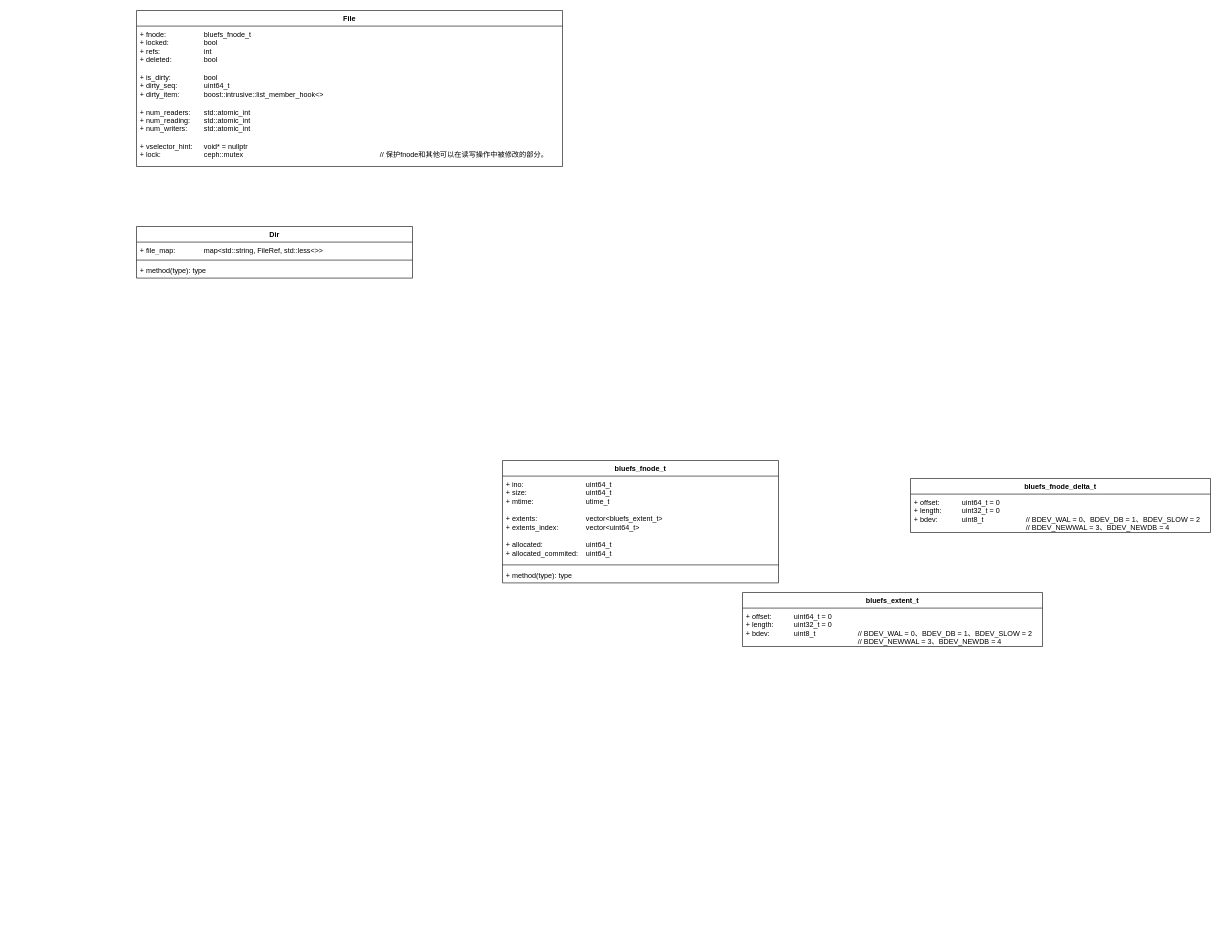
Before: BlueFS.drawio in 1253757553/drawIO, a draw.io diagram. Source tidied: cells renumbered, new cells numbered last; positions are measured from the earlier drawing's top-left corner, leaving out a move shared by most shapes. Both pictures are drawn from the tidied source at 60%, with x=0, y=0 at pixel (136, 10).
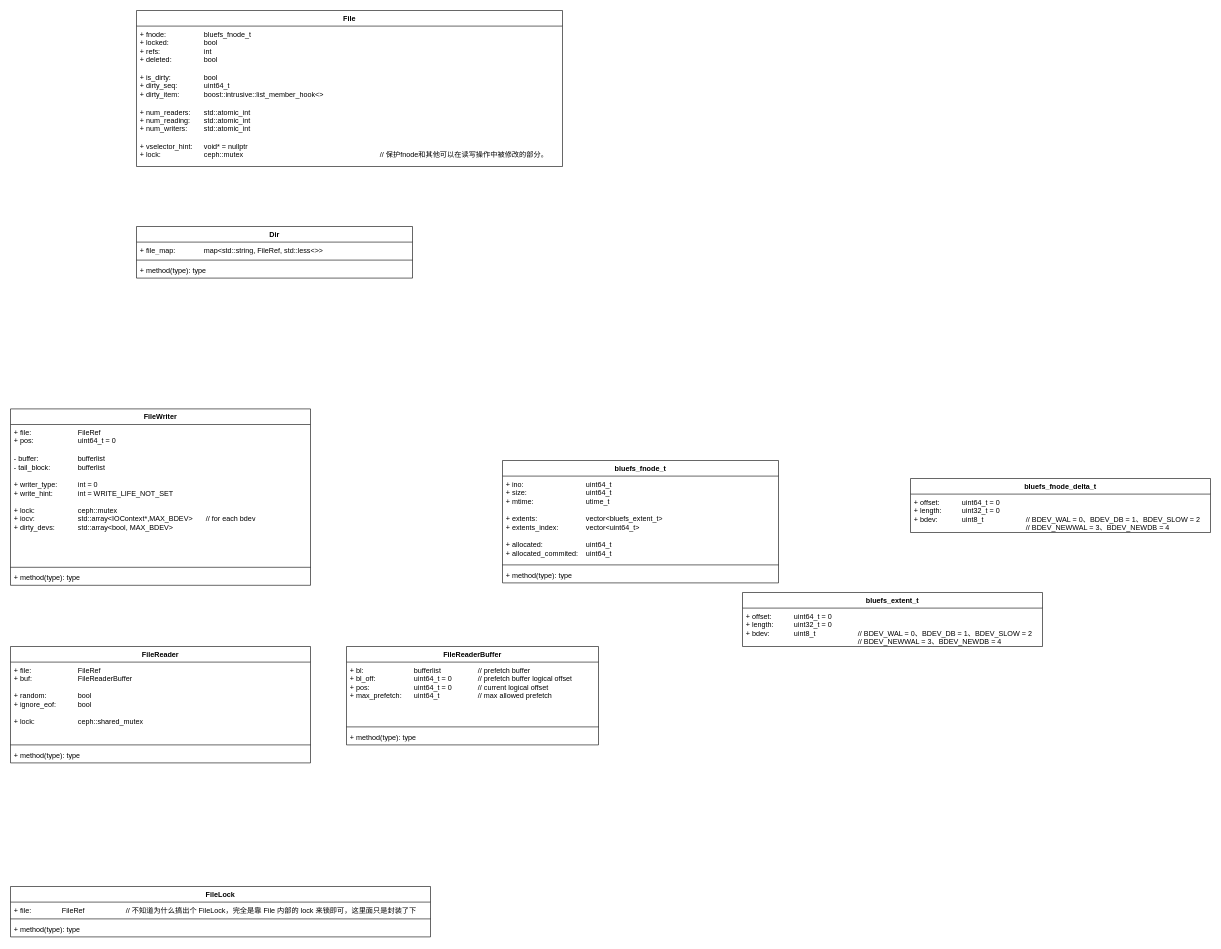
Above is the later version.

Change to the diagram source:
```diff
@@
+    <mxCell id="16" value="FileWriter" style="swimlane;fontStyle=1;align=center;verticalAlign=top;horizontal=1;startSize=26;whiteSpace=wrap;html=1;" parent="1" vertex="1">
+      <mxGeometry x="-210" y="664" width="500" height="294" as="geometry" />
+    </mxCell>
+    <mxCell id="17" value="+ file:&amp;nbsp;&lt;span style=&quot;white-space: pre;&quot;&gt;&#9;&lt;/span&gt;&lt;span style=&quot;white-space: pre;&quot;&gt;&#9;&lt;/span&gt;&lt;span style=&quot;white-space: pre;&quot;&gt;&#9;&lt;/span&gt;FileRef&lt;div&gt;+&amp;nbsp;pos:&lt;span style=&quot;white-space: pre;&quot;&gt;&#9;&lt;/span&gt;&lt;span style=&quot;white-space: pre;&quot;&gt;&#9;&lt;/span&gt;&lt;span style=&quot;white-space: pre;&quot;&gt;&#9;&lt;/span&gt;&lt;span style=&quot;background-color: initial;&quot;&gt;uint64_t = 0&lt;/span&gt;&lt;/div&gt;&lt;div&gt;&lt;span style=&quot;background-color: initial;&quot;&gt;&lt;br&gt;&lt;/span&gt;&lt;/div&gt;&lt;div&gt;&lt;span style=&quot;background-color: initial;&quot;&gt;-&amp;nbsp;&lt;/span&gt;&lt;span style=&quot;background-color: initial;&quot;&gt;buffer:&lt;span style=&quot;white-space: pre;&quot;&gt;&#9;&lt;/span&gt;&lt;span style=&quot;white-space: pre;&quot;&gt;&#9;&lt;/span&gt;&lt;span style=&quot;white-space: pre;&quot;&gt;&#9;&lt;/span&gt;bufferlist&lt;/span&gt;&lt;/div&gt;&lt;div&gt;-&amp;nbsp;tail_block:&lt;span style=&quot;white-space: pre;&quot;&gt;&#9;&lt;/span&gt;&lt;span style=&quot;white-space: pre;&quot;&gt;&#9;&lt;/span&gt;bufferlist&lt;/div&gt;&lt;div&gt;&lt;br&gt;&lt;/div&gt;&lt;div&gt;+&amp;nbsp;writer_type:&lt;span style=&quot;white-space: pre;&quot;&gt;&#9;&lt;/span&gt;&lt;span style=&quot;white-space: pre;&quot;&gt;&#9;&lt;/span&gt;int = 0&lt;/div&gt;&lt;div&gt;+&amp;nbsp;write_hint:&lt;span style=&quot;white-space: pre;&quot;&gt;&#9;&lt;/span&gt;&lt;span style=&quot;white-space: pre;&quot;&gt;&#9;&lt;/span&gt;int =&amp;nbsp;WRITE_LIFE_NOT_SET&lt;/div&gt;&lt;div&gt;&lt;br&gt;&lt;/div&gt;&lt;div&gt;+&amp;nbsp;lock:&lt;span style=&quot;white-space: pre;&quot;&gt;&#9;&lt;/span&gt;&lt;span style=&quot;white-space: pre;&quot;&gt;&#9;&lt;/span&gt;&lt;span style=&quot;white-space: pre;&quot;&gt;&#9;&lt;/span&gt;ceph::mutex&lt;/div&gt;&lt;div&gt;+&amp;nbsp;iocv:&lt;span style=&quot;white-space: pre;&quot;&gt;&#9;&lt;/span&gt;&lt;span style=&quot;white-space: pre;&quot;&gt;&#9;&lt;/span&gt;&lt;span style=&quot;white-space: pre;&quot;&gt;&#9;&lt;/span&gt;&lt;span style=&quot;background-color: initial;&quot;&gt;std::array&amp;lt;IOContext*,MAX_BDEV&amp;gt;&lt;span style=&quot;white-space: pre;&quot;&gt;&#9;&lt;/span&gt;//&amp;nbsp;&lt;/span&gt;&lt;span style=&quot;background-color: initial;&quot;&gt;for each bdev&lt;/span&gt;&lt;/div&gt;&lt;div&gt;&lt;span style=&quot;background-color: initial;&quot;&gt;+&amp;nbsp;&lt;/span&gt;&lt;span style=&quot;background-color: initial;&quot;&gt;dirty_devs:&lt;span style=&quot;white-space: pre;&quot;&gt;&#9;&lt;/span&gt;&lt;span style=&quot;white-space: pre;&quot;&gt;&#9;&lt;/span&gt;&lt;/span&gt;&lt;span style=&quot;background-color: initial;&quot;&gt;std::array&amp;lt;bool, MAX_BDEV&amp;gt;&lt;/span&gt;&lt;/div&gt;" style="text;strokeColor=none;fillColor=none;align=left;verticalAlign=top;spacingLeft=4;spacingRight=4;overflow=hidden;whiteSpace=wrap;html=1;" parent="16" vertex="1">
+      <mxGeometry y="26" width="500" height="234" as="geometry" />
+    </mxCell>
+    <mxCell id="18" style="line;strokeWidth=1;fillColor=none;align=left;verticalAlign=middle;spacingTop=-1;spacingLeft=3;spacingRight=3;labelPosition=right;strokeColor=inherit;" parent="16" vertex="1">
+      <mxGeometry y="260" width="500" height="8" as="geometry" />
+    </mxCell>
+    <mxCell id="19" value="+ method(type): type" style="text;strokeColor=none;fillColor=none;align=left;verticalAlign=top;spacingLeft=4;spacingRight=4;overflow=hidden;whiteSpace=wrap;html=1;" parent="16" vertex="1">
+      <mxGeometry y="268" width="500" height="26" as="geometry" />
+    </mxCell>
+    <mxCell id="20" value="FileReader" style="swimlane;fontStyle=1;align=center;verticalAlign=top;horizontal=1;startSize=26;whiteSpace=wrap;html=1;" parent="1" vertex="1">
+      <mxGeometry x="-210" y="1060" width="500" height="194" as="geometry" />
+    </mxCell>
+    <mxCell id="21" value="+ file:&amp;nbsp;&lt;span style=&quot;white-space: pre;&quot;&gt;&#9;&lt;/span&gt;&lt;span style=&quot;white-space: pre;&quot;&gt;&#9;&lt;/span&gt;&lt;span style=&quot;white-space: pre;&quot;&gt;&#9;&lt;/span&gt;FileRef&lt;div&gt;+&amp;nbsp;buf:&lt;span style=&quot;white-space: pre;&quot;&gt;&#9;&lt;/span&gt;&lt;span style=&quot;white-space: pre;&quot;&gt;&#9;&lt;/span&gt;&lt;span style=&quot;white-space: pre;&quot;&gt;&#9;&lt;/span&gt;&lt;span style=&quot;background-color: initial;&quot;&gt;FileReaderBuffer&lt;/span&gt;&lt;/div&gt;&lt;div&gt;&lt;span style=&quot;background-color: initial;&quot;&gt;&lt;br&gt;&lt;/span&gt;&lt;/div&gt;&lt;div&gt;&lt;span style=&quot;background-color: initial;&quot;&gt;+&amp;nbsp;&lt;/span&gt;&lt;span style=&quot;background-color: initial;&quot;&gt;random:&lt;span style=&quot;white-space: pre;&quot;&gt;&#9;&lt;/span&gt;&lt;span style=&quot;white-space: pre;&quot;&gt;&#9;&lt;/span&gt;bool&lt;/span&gt;&lt;/div&gt;&lt;div&gt;&lt;span style=&quot;background-color: initial;&quot;&gt;+&amp;nbsp;&lt;/span&gt;&lt;span style=&quot;background-color: initial;&quot;&gt;ignore_eof:&lt;span style=&quot;white-space: pre;&quot;&gt;&#9;&lt;/span&gt;&lt;span style=&quot;white-space: pre;&quot;&gt;&#9;&lt;/span&gt;bool&lt;/span&gt;&lt;/div&gt;&lt;div&gt;&lt;span style=&quot;background-color: initial;&quot;&gt;&lt;br&gt;&lt;/span&gt;&lt;/div&gt;&lt;div&gt;&lt;span style=&quot;background-color: initial;&quot;&gt;+&amp;nbsp;&lt;/span&gt;&lt;span style=&quot;background-color: initial;&quot;&gt;lock:&lt;span style=&quot;white-space: pre;&quot;&gt;&#9;&lt;/span&gt;&lt;span style=&quot;white-space: pre;&quot;&gt;&#9;&lt;/span&gt;&lt;span style=&quot;white-space: pre;&quot;&gt;&#9;&lt;/span&gt;ceph::&lt;/span&gt;&lt;span style=&quot;background-color: initial;&quot;&gt;shared_mutex&lt;/span&gt;&lt;/div&gt;" style="text;strokeColor=none;fillColor=none;align=left;verticalAlign=top;spacingLeft=4;spacingRight=4;overflow=hidden;whiteSpace=wrap;html=1;" parent="20" vertex="1">
+      <mxGeometry y="26" width="500" height="134" as="geometry" />
+    </mxCell>
+    <mxCell id="22" style="line;strokeWidth=1;fillColor=none;align=left;verticalAlign=middle;spacingTop=-1;spacingLeft=3;spacingRight=3;labelPosition=right;strokeColor=inherit;" parent="20" vertex="1">
+      <mxGeometry y="160" width="500" height="8" as="geometry" />
+    </mxCell>
+    <mxCell id="23" value="+ method(type): type" style="text;strokeColor=none;fillColor=none;align=left;verticalAlign=top;spacingLeft=4;spacingRight=4;overflow=hidden;whiteSpace=wrap;html=1;" parent="20" vertex="1">
+      <mxGeometry y="168" width="500" height="26" as="geometry" />
+    </mxCell>
+    <mxCell id="24" value="FileReaderBuffer" style="swimlane;fontStyle=1;align=center;verticalAlign=top;horizontal=1;startSize=26;whiteSpace=wrap;html=1;" parent="1" vertex="1">
+      <mxGeometry x="350" y="1060" width="420" height="164" as="geometry" />
+    </mxCell>
+    <mxCell id="25" value="+ bl:&amp;nbsp;&lt;span style=&quot;white-space: pre;&quot;&gt;&#9;&lt;/span&gt;&lt;span style=&quot;white-space: pre;&quot;&gt;&#9;&lt;/span&gt;&lt;span style=&quot;white-space: pre;&quot;&gt;&#9;&lt;/span&gt;bufferlist&lt;span style=&quot;white-space: pre;&quot;&gt;&#9;&lt;/span&gt;&lt;span style=&quot;white-space: pre;&quot;&gt;&#9;&lt;/span&gt;&lt;span style=&quot;white-space: pre;&quot;&gt;&#9;&lt;/span&gt;//&amp;nbsp;prefetch buffer&lt;div&gt;+&amp;nbsp;bl_off:&lt;span style=&quot;white-space: pre;&quot;&gt;&#9;&lt;/span&gt;&lt;span style=&quot;white-space: pre;&quot;&gt;&#9;&lt;/span&gt;&lt;span style=&quot;white-space: pre;&quot;&gt;&#9;&lt;/span&gt;&lt;span style=&quot;background-color: initial;&quot;&gt;uint64_t = 0&lt;span style=&quot;white-space: pre;&quot;&gt;&#9;&lt;/span&gt;&lt;span style=&quot;white-space: pre;&quot;&gt;&#9;&lt;/span&gt;//&amp;nbsp;&lt;/span&gt;&lt;span style=&quot;background-color: initial;&quot;&gt;prefetch buffer logical offset&lt;/span&gt;&lt;/div&gt;&lt;div&gt;&lt;span style=&quot;background-color: initial;&quot;&gt;+&amp;nbsp;&lt;/span&gt;&lt;span style=&quot;background-color: initial;&quot;&gt;pos:&lt;span style=&quot;white-space: pre;&quot;&gt;&#9;&lt;/span&gt;&lt;span style=&quot;white-space: pre;&quot;&gt;&#9;&lt;/span&gt;&lt;span style=&quot;white-space: pre;&quot;&gt;&#9;&lt;/span&gt;&lt;/span&gt;&lt;span style=&quot;background-color: initial;&quot;&gt;uint64_t = 0&lt;span style=&quot;white-space: pre;&quot;&gt;&#9;&lt;/span&gt;&lt;span style=&quot;white-space: pre;&quot;&gt;&#9;&lt;/span&gt;//&amp;nbsp;&lt;/span&gt;&lt;span style=&quot;background-color: initial;&quot;&gt;current logical offset&lt;/span&gt;&lt;/div&gt;&lt;div&gt;&lt;span style=&quot;background-color: initial;&quot;&gt;+&amp;nbsp;&lt;/span&gt;&lt;span style=&quot;background-color: initial;&quot;&gt;max_prefetch:&lt;span style=&quot;white-space: pre;&quot;&gt;&#9;&lt;/span&gt;&lt;/span&gt;&lt;span style=&quot;background-color: initial;&quot;&gt;uint64_t&lt;span style=&quot;white-space: pre;&quot;&gt;&#9;&lt;/span&gt;&lt;span style=&quot;white-space: pre;&quot;&gt;&#9;&lt;/span&gt;&lt;span style=&quot;white-space: pre;&quot;&gt;&#9;&lt;/span&gt;//&amp;nbsp;&lt;/span&gt;&lt;span style=&quot;background-color: initial;&quot;&gt;max allowed prefetch&lt;/span&gt;&lt;/div&gt;" style="text;strokeColor=none;fillColor=none;align=left;verticalAlign=top;spacingLeft=4;spacingRight=4;overflow=hidden;whiteSpace=wrap;html=1;" parent="24" vertex="1">
+      <mxGeometry y="26" width="420" height="104" as="geometry" />
+    </mxCell>
+    <mxCell id="26" style="line;strokeWidth=1;fillColor=none;align=left;verticalAlign=middle;spacingTop=-1;spacingLeft=3;spacingRight=3;labelPosition=right;strokeColor=inherit;" parent="24" vertex="1">
+      <mxGeometry y="130" width="420" height="8" as="geometry" />
+    </mxCell>
+    <mxCell id="27" value="+ method(type): type" style="text;strokeColor=none;fillColor=none;align=left;verticalAlign=top;spacingLeft=4;spacingRight=4;overflow=hidden;whiteSpace=wrap;html=1;" parent="24" vertex="1">
+      <mxGeometry y="138" width="420" height="26" as="geometry" />
+    </mxCell>
+    <mxCell id="28" value="FileLock" style="swimlane;fontStyle=1;align=center;verticalAlign=top;horizontal=1;startSize=26;whiteSpace=wrap;html=1;" parent="1" vertex="1">
+      <mxGeometry x="-210" y="1460" width="700" height="84" as="geometry" />
+    </mxCell>
+    <mxCell id="29" value="+ file:&lt;span style=&quot;white-space: pre;&quot;&gt;&#9;&lt;/span&gt;&lt;span style=&quot;white-space: pre;&quot;&gt;&#9;&lt;/span&gt;FileRef&lt;span style=&quot;white-space: pre;&quot;&gt;&#9;&lt;/span&gt;&lt;span style=&quot;white-space: pre;&quot;&gt;&#9;&lt;/span&gt;&lt;span style=&quot;white-space: pre;&quot;&gt;&#9;&lt;/span&gt;// 不知道为什么搞出个 FileLock，完全是靠 File 内部的 lock 来锁即可，这里面只是封装了下" style="text;strokeColor=none;fillColor=none;align=left;verticalAlign=top;spacingLeft=4;spacingRight=4;overflow=hidden;whiteSpace=wrap;html=1;" parent="28" vertex="1">
+      <mxGeometry y="26" width="700" height="24" as="geometry" />
+    </mxCell>
+    <mxCell id="30" style="line;strokeWidth=1;fillColor=none;align=left;verticalAlign=middle;spacingTop=-1;spacingLeft=3;spacingRight=3;labelPosition=right;strokeColor=inherit;" parent="28" vertex="1">
+      <mxGeometry y="50" width="700" height="8" as="geometry" />
+    </mxCell>
+    <mxCell id="31" value="+ method(type): type" style="text;strokeColor=none;fillColor=none;align=left;verticalAlign=top;spacingLeft=4;spacingRight=4;overflow=hidden;whiteSpace=wrap;html=1;" parent="28" vertex="1">
+      <mxGeometry y="58" width="700" height="26" as="geometry" />
+    </mxCell>
```
